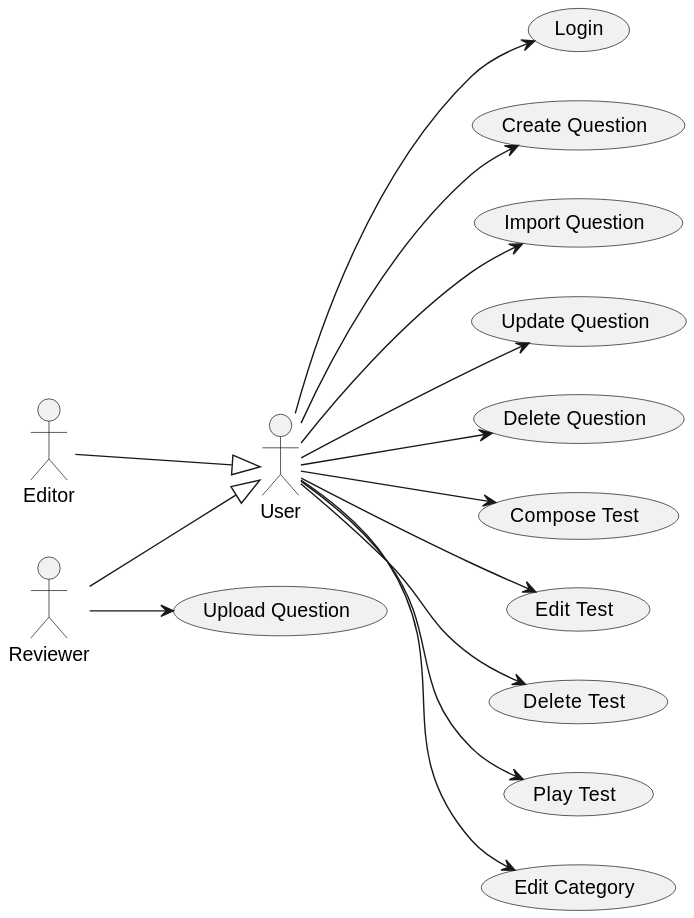
Before: out/doc/useCases_app/useCases_app.svg, a diagram exported from PlantUML (Joselon/ProyectoOpoTest).
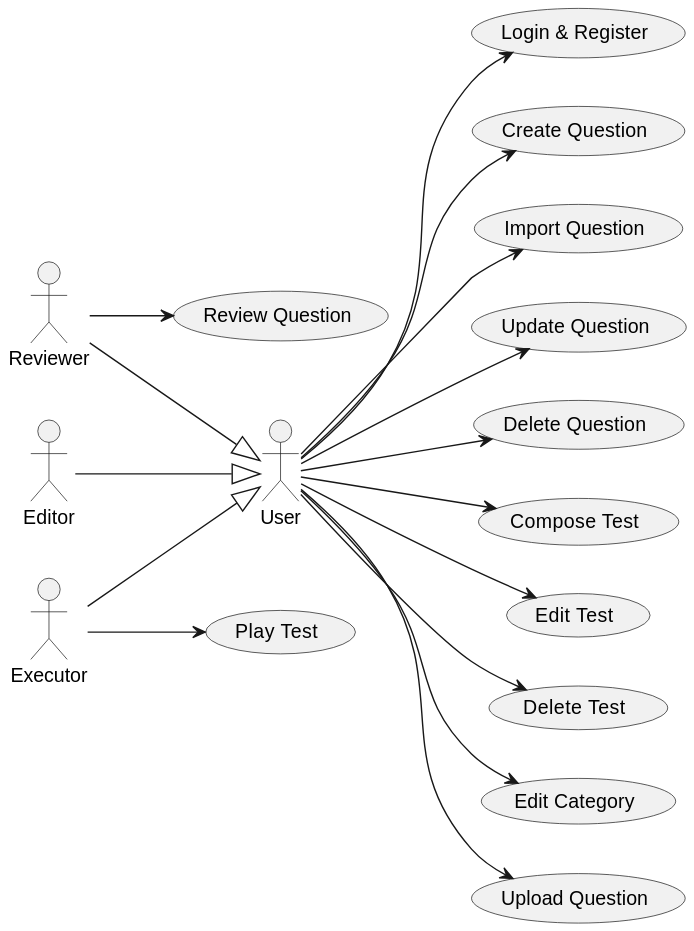
The same diagram one commit later.

Change to the diagram source:
```diff
@@ -3,7 +3,7 @@
 actor User
 actor Editor
 actor Reviewer
-usecase "Login" as login
+usecase "Login & Register" as login
 usecase "Create Question" as createQ
 usecase "Import Question" as importQ
 usecase "Update Question" as updateQ
@@ -17,22 +17,27 @@
 usecase "Edit Category" as editC
 usecase "Upload Question" as uploadQ
 
-Editor --|>User
-Reviewer --|>User
+usecase "Review Question" as review
+
+Editor --|> User
+Reviewer --|> User
+Executor --|> User
 
 User --> createQ
 User --> importQ
 User --> updateQ
 User --> deleteQ
-Reviewer --> uploadQ
+User --> uploadQ
 
 User --> login
 User --> composeT
 User --> editT
 User --> deleteT
-User --> playT
+Executor --> playT
 
 User --> editC
+
+Reviewer --> review
 
 
 
```
